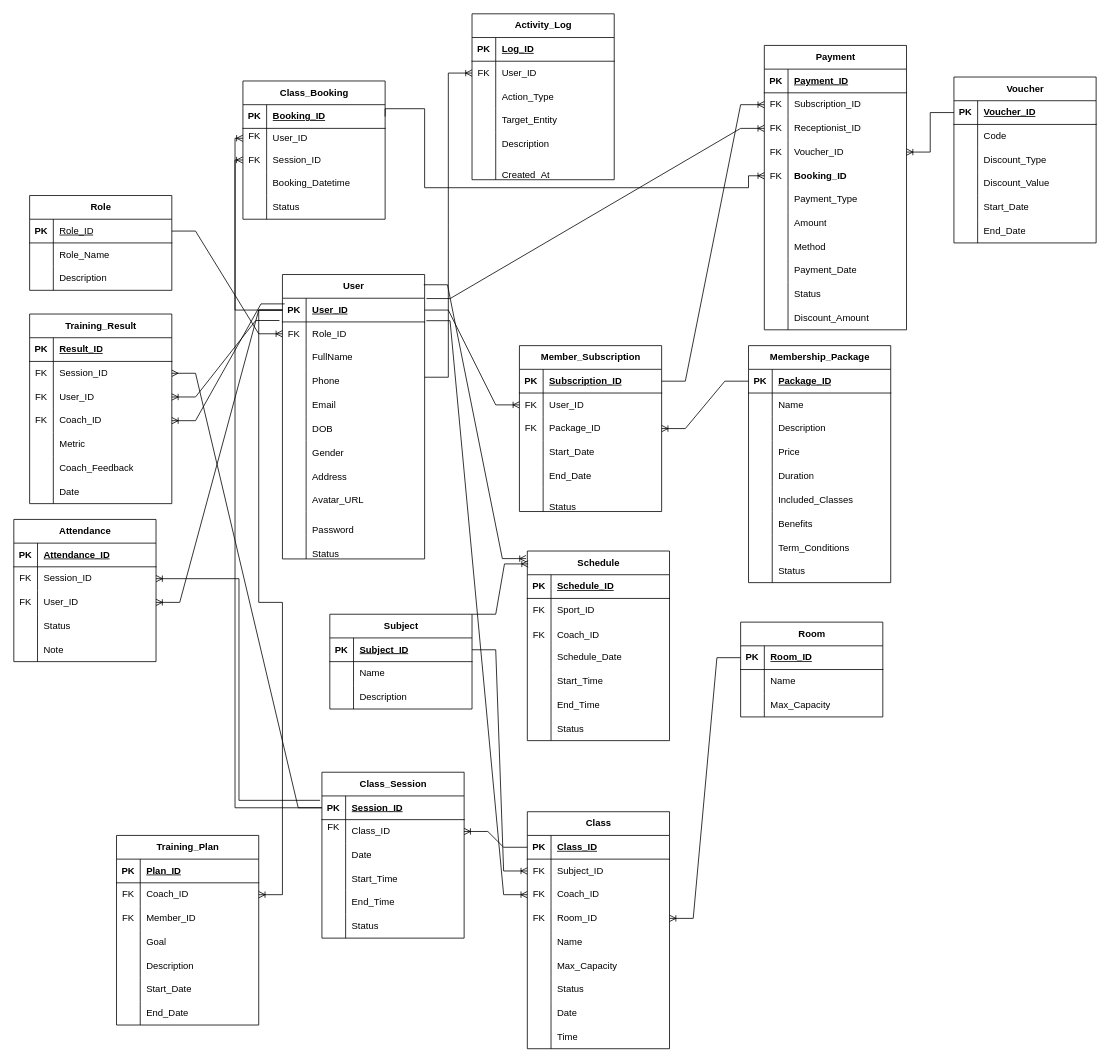
Above: docs/erd/logical-erd.drawio in SWP391-GROUP-3-26/BE-SWP (draw.io), before the change. Source tidied: cells renumbered, new cells numbered last; positions are measured from the earlier drawing's top-left corner, leaving out a move shared by most shapes. Both pictures are drawn from the tidied source at 79%, with x=0, y=0 at pixel (13, 13).
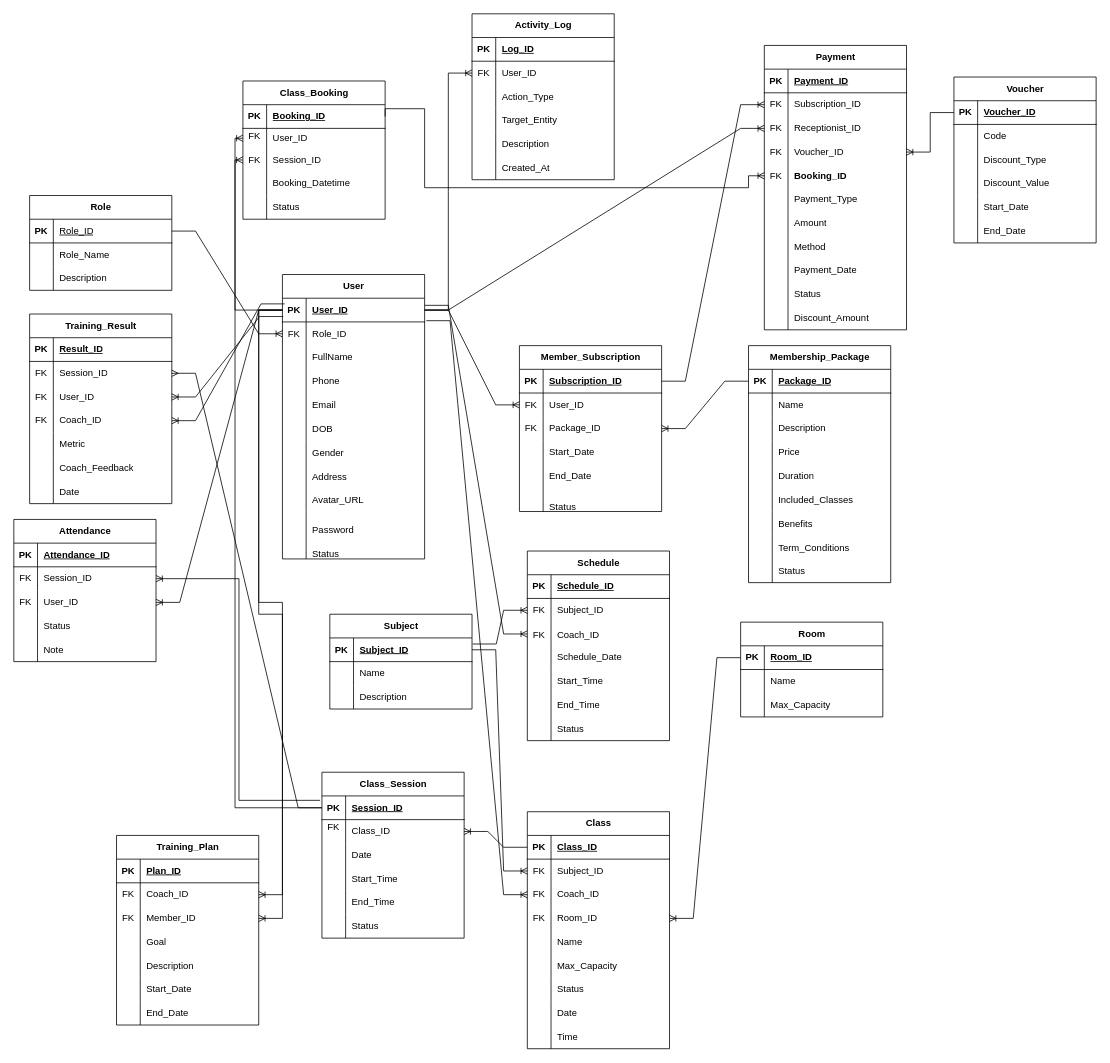
Above is the later version.

The change refers to these unchanged cells:
```xml
<mxCell id="12" value="User" style="shape=table;startSize=30;childLayout=tableLayout;rowLines=0;fontStyle=1;align=center;html=1;" parent="1" vertex="1">
  <mxGeometry x="340" y="330" width="180" height="360" as="geometry" />
</mxCell>
<mxCell id="13" style="shape=tableRow;horizontal=0;startSize=0;swimlaneHead=0;swimlaneBody=0;fillColor=none;points=[[0,0.5],[1,0.5]];portConstraint=eastwest;top=0;left=0;right=0;bottom=1;" parent="12" vertex="1">
  <mxGeometry y="30" width="180" height="30" as="geometry" />
</mxCell>
<mxCell id="16" style="shape=tableRow;horizontal=0;startSize=0;swimlaneHead=0;swimlaneBody=0;fillColor=none;points=[[0,0.5],[1,0.5]];portConstraint=eastwest;top=0;left=0;right=0;bottom=0;" parent="12" vertex="1">
  <mxGeometry y="60" width="180" height="30" as="geometry" />
</mxCell>
<mxCell id="93" value="Subject" style="shape=table;startSize=30;childLayout=tableLayout;rowLines=0;fontStyle=1;align=center;html=1;" parent="1" vertex="1">
  <mxGeometry x="400" y="760" width="180" height="120" as="geometry" />
</mxCell>
<mxCell id="94" style="shape=tableRow;horizontal=0;startSize=0;swimlaneHead=0;swimlaneBody=0;fillColor=none;points=[[0,0.5],[1,0.5]];portConstraint=eastwest;top=0;left=0;right=0;bottom=1;" parent="93" vertex="1">
  <mxGeometry y="30" width="180" height="30" as="geometry" />
</mxCell>
<mxCell id="183" style="shape=tableRow;horizontal=0;startSize=0;swimlaneHead=0;swimlaneBody=0;fillColor=none;points=[[0,0.5],[1,0.5]];portConstraint=eastwest;top=0;left=0;right=0;bottom=0;" parent="176" vertex="1">
  <mxGeometry y="90" width="180" height="30" as="geometry" />
</mxCell>
<mxCell id="217" style="shape=tableRow;horizontal=0;startSize=0;swimlaneHead=0;swimlaneBody=0;fillColor=none;points=[[0,0.5],[1,0.5]];portConstraint=eastwest;top=0;left=0;right=0;bottom=0;" parent="210" vertex="1">
  <mxGeometry y="90" width="180" height="30" as="geometry" />
</mxCell>
<mxCell id="255" style="shape=tableRow;horizontal=0;startSize=0;swimlaneHead=0;swimlaneBody=0;fillColor=none;points=[[0,0.5],[1,0.5]];portConstraint=eastwest;top=0;left=0;right=0;bottom=0;" parent="248" vertex="1">
  <mxGeometry y="90" width="180" height="30" as="geometry" />
</mxCell>
<mxCell id="310" style="shape=tableRow;horizontal=0;startSize=0;swimlaneHead=0;swimlaneBody=0;fillColor=none;points=[[0,0.5],[1,0.5]];portConstraint=eastwest;top=0;left=0;right=0;bottom=0;" parent="306" vertex="1">
  <mxGeometry y="60" width="180" height="30" as="geometry" />
</mxCell>
<mxCell id="322" style="shape=tableRow;horizontal=0;startSize=0;swimlaneHead=0;swimlaneBody=0;fillColor=none;top=0;left=0;right=0;bottom=0;" parent="306" vertex="1">
  <mxGeometry y="180" width="180" height="30" as="geometry" />
</mxCell>
<mxCell id="328" value="Schedule" style="shape=table;startSize=30;childLayout=tableLayout;rowLines=0;fontStyle=1;align=center;html=1;" parent="1" vertex="1">
  <mxGeometry x="650" y="680" width="180" height="240" as="geometry" />
</mxCell>
<mxCell id="332" style="shape=tableRow;horizontal=0;startSize=0;swimlaneHead=0;swimlaneBody=0;fillColor=none;points=[[0,0.5],[1,0.5]];portConstraint=eastwest;top=0;left=0;right=0;bottom=0;" parent="328" vertex="1">
  <mxGeometry y="60" width="180" height="30" as="geometry" />
</mxCell>
<mxCell id="335" style="shape=tableRow;horizontal=0;startSize=0;swimlaneHead=0;swimlaneBody=0;fillColor=none;points=[[0,0.5],[1,0.5]];portConstraint=eastwest;top=0;left=0;right=0;bottom=0;" parent="328" vertex="1">
  <mxGeometry y="90" width="180" height="30" as="geometry" />
</mxCell>
```

What changed in the source:
```diff
@@
-    <mxCell id="280" style="edgeStyle=entityRelationEdgeStyle;fontSize=12;html=1;endArrow=ERoneToMany;rounded=0;exitX=1.013;exitY=0.014;exitDx=0;exitDy=0;exitPerimeter=0;entryX=0;entryY=0.5;entryDx=0;entryDy=0;" parent="1" edge="1" source="13" target="183">
+    <mxCell id="280" style="edgeStyle=entityRelationEdgeStyle;fontSize=12;html=1;endArrow=ERoneToMany;rounded=0;exitX=1;exitY=0.5;exitDx=0;exitDy=0;entryX=0;entryY=0.5;entryDx=0;entryDy=0;" parent="1" edge="1" source="13" target="183">
       <mxGeometry relative="1" as="geometry" />
     </mxCell>
-    <mxCell id="281" style="edgeStyle=entityRelationEdgeStyle;fontSize=12;html=1;endArrow=ERoneToMany;rounded=0;exitX=-0.021;exitY=-0.06;exitDx=0;exitDy=0;exitPerimeter=0;entryX=1;entryY=0.5;entryDx=0;entryDy=0;" parent="1" edge="1" source="16" target="255">
+    <mxCell id="281" style="edgeStyle=entityRelationEdgeStyle;fontSize=12;html=1;endArrow=ERoneToMany;rounded=0;entryX=1;entryY=0.5;entryDx=0;entryDy=0;exitX=0.006;exitY=0.772;exitDx=0;exitDy=0;exitPerimeter=0;" parent="1" edge="1" source="13" target="255">
       <mxGeometry relative="1" as="geometry" />
     </mxCell>
@@
-    <mxCell id="324" value="&lt;br&gt;Created_At" style="shape=partialRectangle;fillColor=none;top=0;left=0;bottom=0;right=0;align=left;spacingLeft=6;overflow=hidden;whiteSpace=wrap;html=1;" parent="322" vertex="1">
+    <mxCell id="324" value="Created_At" style="shape=partialRectangle;fillColor=none;top=0;left=0;bottom=0;right=0;align=left;spacingLeft=6;overflow=hidden;whiteSpace=wrap;html=1;" parent="322" vertex="1">
       <mxGeometry x="30" width="150" height="30" as="geometry" />
     </mxCell>
-    <mxCell id="325" style="edgeStyle=entityRelationEdgeStyle;fontSize=12;html=1;endArrow=ERoneToMany;rounded=0;entryX=0;entryY=0.5;entryDx=0;entryDy=0;" parent="1" edge="1" target="310">
-      <mxGeometry relative="1" as="geometry">
-        <mxPoint x="520" y="460" as="sourcePoint" />
-      </mxGeometry>
+    <mxCell id="325" style="edgeStyle=entityRelationEdgeStyle;fontSize=12;html=1;endArrow=ERoneToMany;rounded=0;entryX=0;entryY=0.5;entryDx=0;entryDy=0;exitX=1;exitY=0.5;exitDx=0;exitDy=0;" parent="1" edge="1" source="13" target="310">
+      <mxGeometry relative="1" as="geometry" />
     </mxCell>
@@
-    <mxCell id="334" value="Sport_ID" style="shape=partialRectangle;fillColor=none;top=0;left=0;bottom=0;right=0;align=left;spacingLeft=6;overflow=hidden;whiteSpace=wrap;html=1;" parent="332" vertex="1">
+    <mxCell id="334" value="Subject_ID" style="shape=partialRectangle;fillColor=none;top=0;left=0;bottom=0;right=0;align=left;spacingLeft=6;overflow=hidden;whiteSpace=wrap;html=1;" parent="332" vertex="1">
       <mxGeometry x="30" width="150" height="30" as="geometry" />
     </mxCell>
@@
-    <mxCell id="350" style="edgeStyle=entityRelationEdgeStyle;fontSize=12;html=1;endArrow=ERoneToMany;rounded=0;exitX=1;exitY=0;exitDx=0;exitDy=0;entryX=0.006;entryY=0.068;entryDx=0;entryDy=0;entryPerimeter=0;" parent="1" edge="1" source="93" target="328">
+    <mxCell id="350" style="edgeStyle=entityRelationEdgeStyle;fontSize=12;html=1;endArrow=ERoneToMany;rounded=0;exitX=1.004;exitY=0.256;exitDx=0;exitDy=0;entryX=0;entryY=0.5;entryDx=0;entryDy=0;exitPerimeter=0;" parent="1" edge="1" source="94" target="332">
       <mxGeometry relative="1" as="geometry" />
     </mxCell>
-    <mxCell id="351" style="edgeStyle=entityRelationEdgeStyle;fontSize=12;html=1;endArrow=ERoneToMany;rounded=0;exitX=0.994;exitY=0.036;exitDx=0;exitDy=0;exitPerimeter=0;entryX=-0.009;entryY=0.04;entryDx=0;entryDy=0;entryPerimeter=0;" parent="1" edge="1" source="12" target="328">
+    <mxCell id="351" style="edgeStyle=entityRelationEdgeStyle;fontSize=12;html=1;endArrow=ERoneToMany;rounded=0;exitX=1;exitY=0.3;exitDx=0;exitDy=0;exitPerimeter=0;entryX=0;entryY=0.5;entryDx=0;entryDy=0;" parent="1" edge="1" source="13" target="335">
       <mxGeometry relative="1" as="geometry" />
     </mxCell>
+    <mxCell id="352" style="edgeStyle=entityRelationEdgeStyle;fontSize=12;html=1;endArrow=ERoneToMany;rounded=0;exitX=0;exitY=0.5;exitDx=0;exitDy=0;entryX=1;entryY=0.5;entryDx=0;entryDy=0;" parent="1" edge="1" source="13" target="217">
+      <mxGeometry relative="1" as="geometry" />
+    </mxCell>
```
